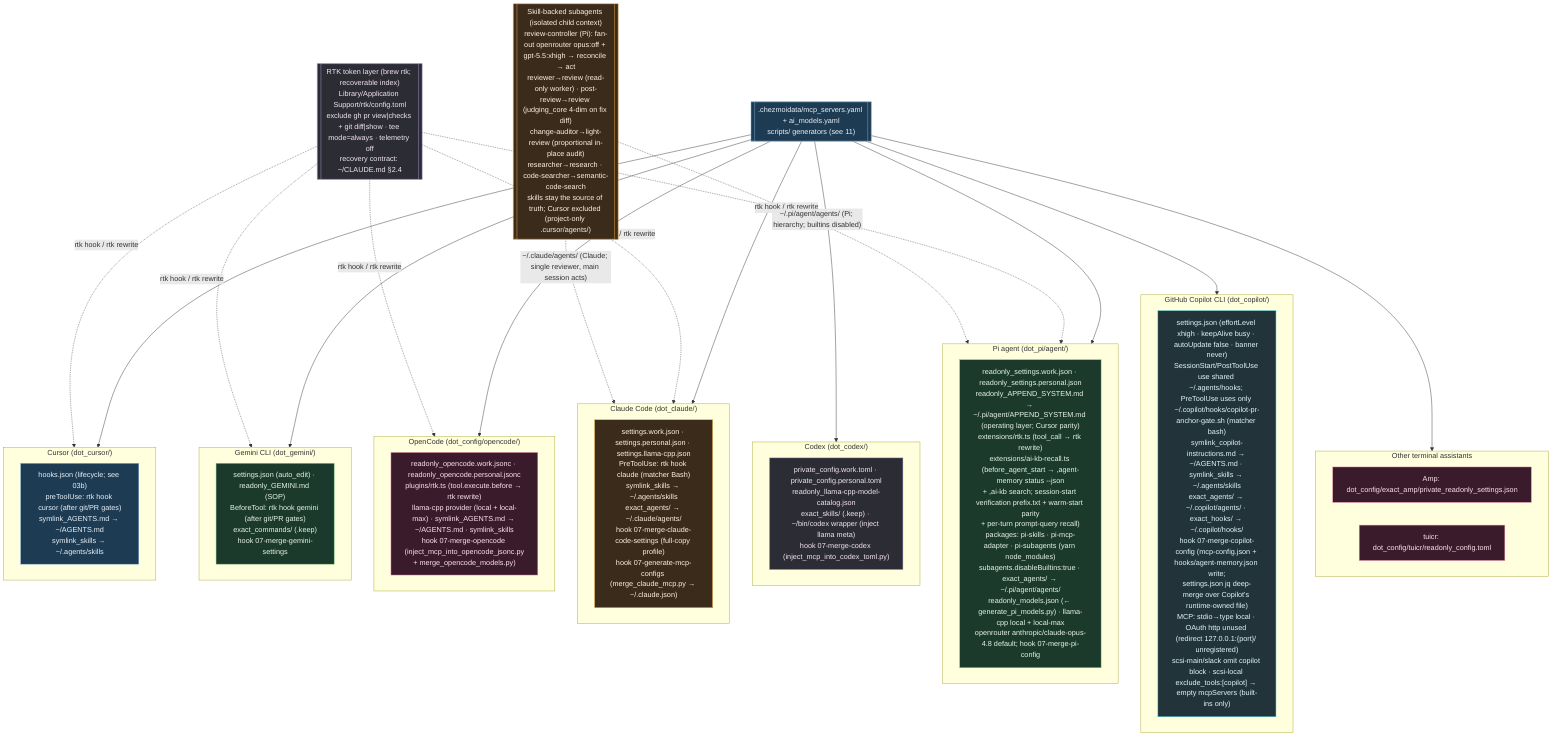
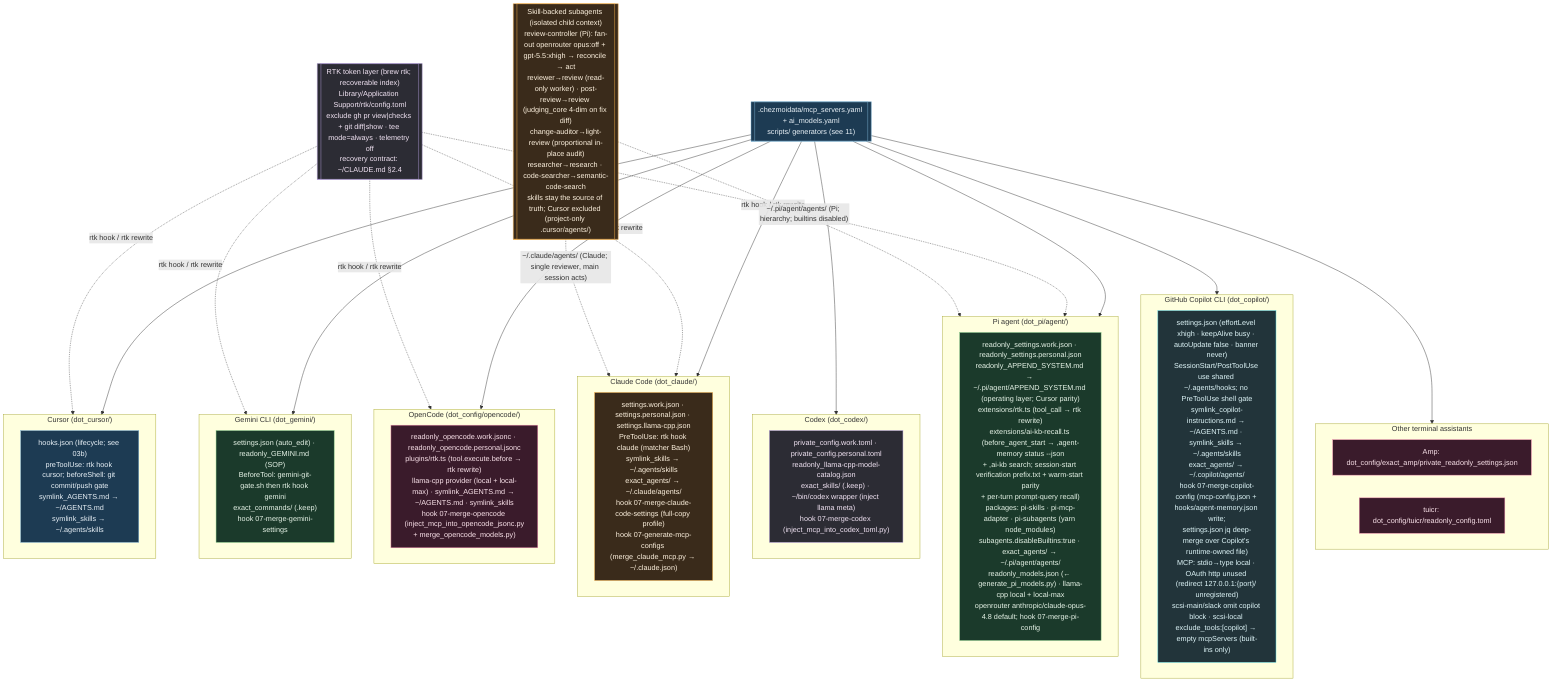
%% ============================================================================
%% 12-ai-tool-configs.mmd — Every per-tool AI config file in home/.
%% Pattern: source carries .work + .personal variants; a 07-merge-* hook picks
%% by isWork and merges generated MCP/model blocks into the live config.
%% ============================================================================
flowchart TB
    classDef cursor fill:#1d3b53,stroke:#7fb3d5,color:#eaf2f8;
    classDef claude fill:#3a2b1b,stroke:#ffb74d,color:#fff3e0;
    classDef codex fill:#2c2c34,stroke:#b39ddb,color:#f3e5f5;
    classDef gem fill:#1b3a2b,stroke:#81c784,color:#e8f5e9;
    classDef oc fill:#3a1b2b,stroke:#f48fb1,color:#fce4ec;
    classDef cop fill:#22343a,stroke:#4dd0e1,color:#e0f7fa;

    subgraph CURSOR["Cursor (dot_cursor/)"]
-         CU["hooks.json (lifecycle; see 03b)<br/>preToolUse: rtk hook cursor (after git/PR gates)<br/>symlink_AGENTS.md → ~/AGENTS.md<br/>symlink_skills → ~/.agents/skills"]:::cursor
+         CU["hooks.json (lifecycle; see 03b)<br/>preToolUse: rtk hook cursor; beforeShell: git commit/push gate<br/>symlink_AGENTS.md → ~/AGENTS.md<br/>symlink_skills → ~/.agents/skills"]:::cursor
    end

    subgraph CLAUDE["Claude Code (dot_claude/)"]
        CLD["settings.work.json · settings.personal.json · settings.llama-cpp.json<br/>PreToolUse: rtk hook claude (matcher Bash)<br/>symlink_skills → ~/.agents/skills<br/>exact_agents/ → ~/.claude/agents/<br/>hook 07-merge-claude-code-settings (full-copy profile)<br/>hook 07-generate-mcp-configs (merge_claude_mcp.py → ~/.claude.json)"]:::claude
    end

    subgraph CODEX["Codex (dot_codex/)"]
        CDX["private_config.work.toml · private_config.personal.toml<br/>readonly_llama-cpp-model-catalog.json<br/>exact_skills/ (.keep) · ~/bin/codex wrapper (inject llama meta)<br/>hook 07-merge-codex (inject_mcp_into_codex_toml.py)"]:::codex
    end

    subgraph GEMINI["Gemini CLI (dot_gemini/)"]
-         GMN["settings.json (auto_edit) · readonly_GEMINI.md (SOP)<br/>BeforeTool: rtk hook gemini (after git/PR gates)<br/>exact_commands/ (.keep)<br/>hook 07-merge-gemini-settings"]:::gem
+         GMN["settings.json (auto_edit) · readonly_GEMINI.md (SOP)<br/>BeforeTool: gemini-git-gate.sh then rtk hook gemini<br/>exact_commands/ (.keep)<br/>hook 07-merge-gemini-settings"]:::gem
    end

    subgraph OPENCODE["OpenCode (dot_config/opencode/)"]
        OPC["readonly_opencode.work.jsonc · readonly_opencode.personal.jsonc<br/>plugins/rtk.ts (tool.execute.before → rtk rewrite)<br/>llama-cpp provider (local + local-max) · symlink_AGENTS.md → ~/AGENTS.md · symlink_skills<br/>hook 07-merge-opencode (inject_mcp_into_opencode_jsonc.py<br/>+ merge_opencode_models.py)"]:::oc
    end

    subgraph PI["Pi agent (dot_pi/agent/)"]
        PIA["readonly_settings.work.json · readonly_settings.personal.json<br/>readonly_APPEND_SYSTEM.md → ~/.pi/agent/APPEND_SYSTEM.md (operating layer; Cursor parity)<br/>extensions/rtk.ts (tool_call → rtk rewrite)<br/>extensions/ai-kb-recall.ts (before_agent_start → ,agent-memory status --json<br/>+ ,ai-kb search; session-start verification prefix.txt + warm-start parity<br/>+ per-turn prompt-query recall)<br/>packages: pi-skills · pi-mcp-adapter · pi-subagents (yarn node_modules)<br/>subagents.disableBuiltins:true · exact_agents/ → ~/.pi/agent/agents/<br/>readonly_models.json (← generate_pi_models.py) · llama-cpp local + local-max<br/>openrouter anthropic/claude-opus-4.8 default; hook 07-merge-pi-config"]:::gem
    end

    subgraph COPILOT["GitHub Copilot CLI (dot_copilot/)"]
-         COP["settings.json (effortLevel xhigh · keepAlive busy · autoUpdate false · banner never)<br/>SessionStart/PostToolUse use shared ~/.agents/hooks; PreToolUse uses only ~/.copilot/hooks/copilot-pr-anchor-gate.sh (matcher bash)<br/>symlink_copilot-instructions.md → ~/AGENTS.md · symlink_skills → ~/.agents/skills<br/>exact_agents/ → ~/.copilot/agents/ · exact_hooks/ → ~/.copilot/hooks/<br/>hook 07-merge-copilot-config (mcp-config.json + hooks/agent-memory.json write;<br/>settings.json jq deep-merge over Copilot's runtime-owned file)<br/>MCP: stdio→type local · OAuth http unused (redirect 127.0.0.1:{port}/ unregistered)<br/>scsi-main/slack omit copilot block · scsi-local exclude_tools:[copilot] → empty mcpServers (built-ins only)"]:::cop
+         COP["settings.json (effortLevel xhigh · keepAlive busy · autoUpdate false · banner never)<br/>SessionStart/PostToolUse use shared ~/.agents/hooks; no PreToolUse shell gate<br/>symlink_copilot-instructions.md → ~/AGENTS.md · symlink_skills → ~/.agents/skills<br/>exact_agents/ → ~/.copilot/agents/<br/>hook 07-merge-copilot-config (mcp-config.json + hooks/agent-memory.json write;<br/>settings.json jq deep-merge over Copilot's runtime-owned file)<br/>MCP: stdio→type local · OAuth http unused (redirect 127.0.0.1:{port}/ unregistered)<br/>scsi-main/slack omit copilot block · scsi-local exclude_tools:[copilot] → empty mcpServers (built-ins only)"]:::cop
    end

    subgraph OTHER["Other terminal assistants"]
        AMP["Amp: dot_config/exact_amp/private_readonly_settings.json"]:::oc
        TUI["tuicr: dot_config/tuicr/readonly_config.toml"]:::oc
    end

    REG[[".chezmoidata/mcp_servers.yaml + ai_models.yaml<br/>scripts/ generators (see 11)"]]:::cursor
    REG --> CURSOR & CLAUDE & CODEX & GEMINI & OPENCODE & PI & COPILOT & OTHER

    RTK[["RTK token layer (brew rtk; recoverable index)<br/>Library/Application Support/rtk/config.toml<br/>exclude gh pr view|checks + git diff|show · tee mode=always · telemetry off<br/>recovery contract: ~/CLAUDE.md §2.4"]]:::codex
    RTK -.->|"rtk hook / rtk rewrite"| CURSOR & CLAUDE & GEMINI & OPENCODE & PI

    SUBA[["Skill-backed subagents (isolated child context)<br/>review-controller (Pi): fan-out openrouter opus:off + gpt-5.5:xhigh → reconcile → act<br/>reviewer→review (read-only worker) · post-review→review (judging_core 4-dim on fix diff)<br/>change-auditor→light-review (proportional in-place audit)<br/>researcher→research · code-searcher→semantic-code-search<br/>skills stay the source of truth; Cursor excluded (project-only .cursor/agents/)"]]:::claude
    SUBA -.->|"~/.claude/agents/ (Claude; single reviewer, main session acts)"| CLAUDE
    SUBA -.->|"~/.pi/agent/agents/ (Pi; hierarchy; builtins disabled)"| PI
